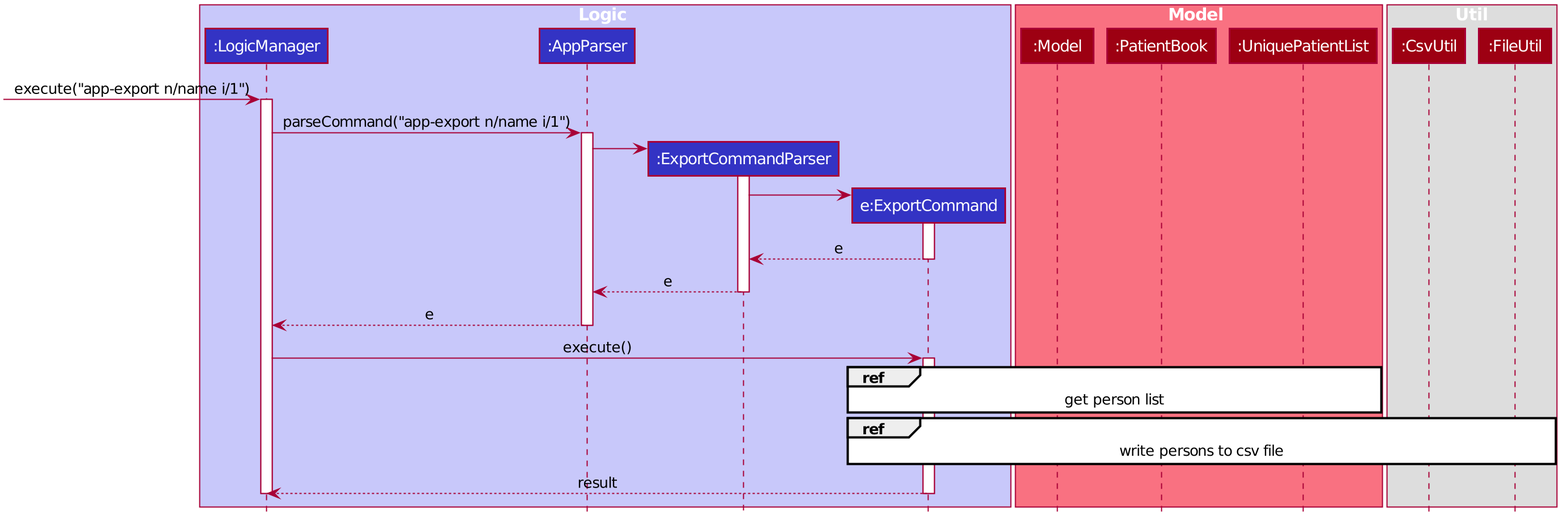
Earlier version of the PlantUML export docs/images/ExportSequenceDiagram.png (nus-cs2103-AY1920S1/addressbook-level3).
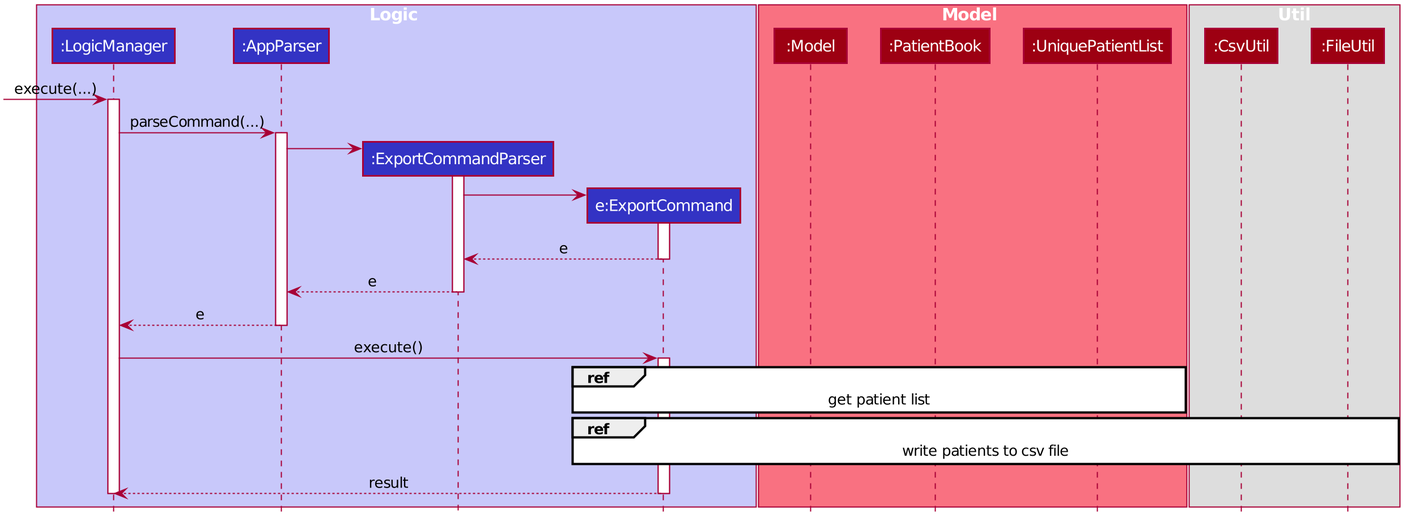
The same file after the commit.

Diff of the diagram source:
```diff
@@ -49,8 +49,6 @@
 hide footbox
 hide members
 hide circle
-skinparam ParticipantPadding 1
-skinparam BoxPadding 1
 
 box Logic #C8C8FA
 participant ":LogicManager" as LogicManager #3333C4
@@ -70,10 +68,10 @@
 participant ":FileUtil" as FileUtil #9D0012
 end box
 
-[-> LogicManager : execute("app-export n/name i/1")
+[-> LogicManager : execute(...)
 activate LogicManager
 
-LogicManager -> AppParser : parseCommand("app-export n/name i/1")
+LogicManager -> AppParser : parseCommand(...)
 activate AppParser
 
 create ExportCommandParser
@@ -97,11 +95,11 @@
 activate ExportCommand
 
 ref over ExportCommand, Model, PatientBook, UniquePatientList
-    get person list
+    get patient list
 end
 
 ref over ExportCommand, CsvUtil, FileUtil
-    write persons to csv file
+    write patients to csv file
 end
 
 ExportCommand --> LogicManager : result
```
